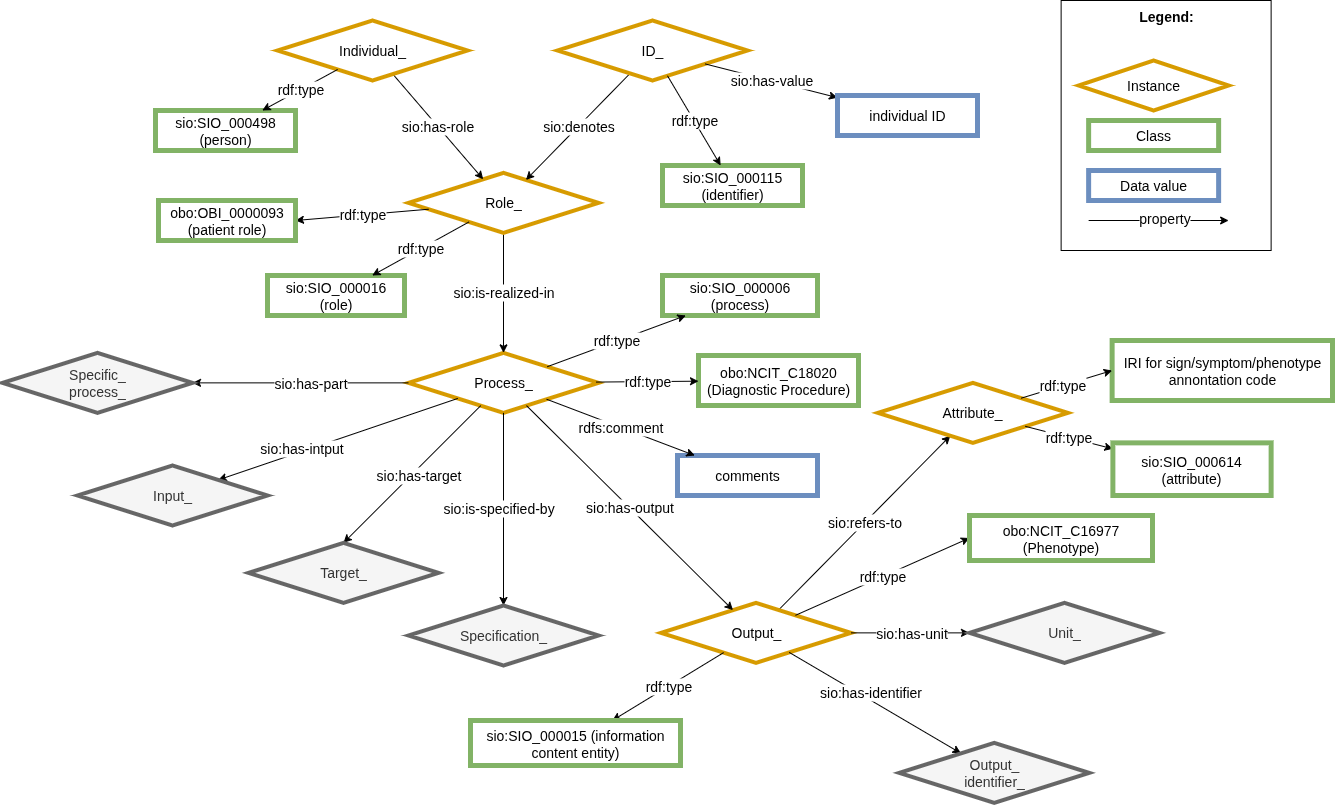
Above: images/CARE-SM-Phenotype.drawio.png in CARE-SM/CARE-Semantic-Model (draw.io), before the change. Source tidied: cells renumbered, new cells last; positions are measured from the earlier drawing's top-left corner, leaving out a move shared by most shapes.
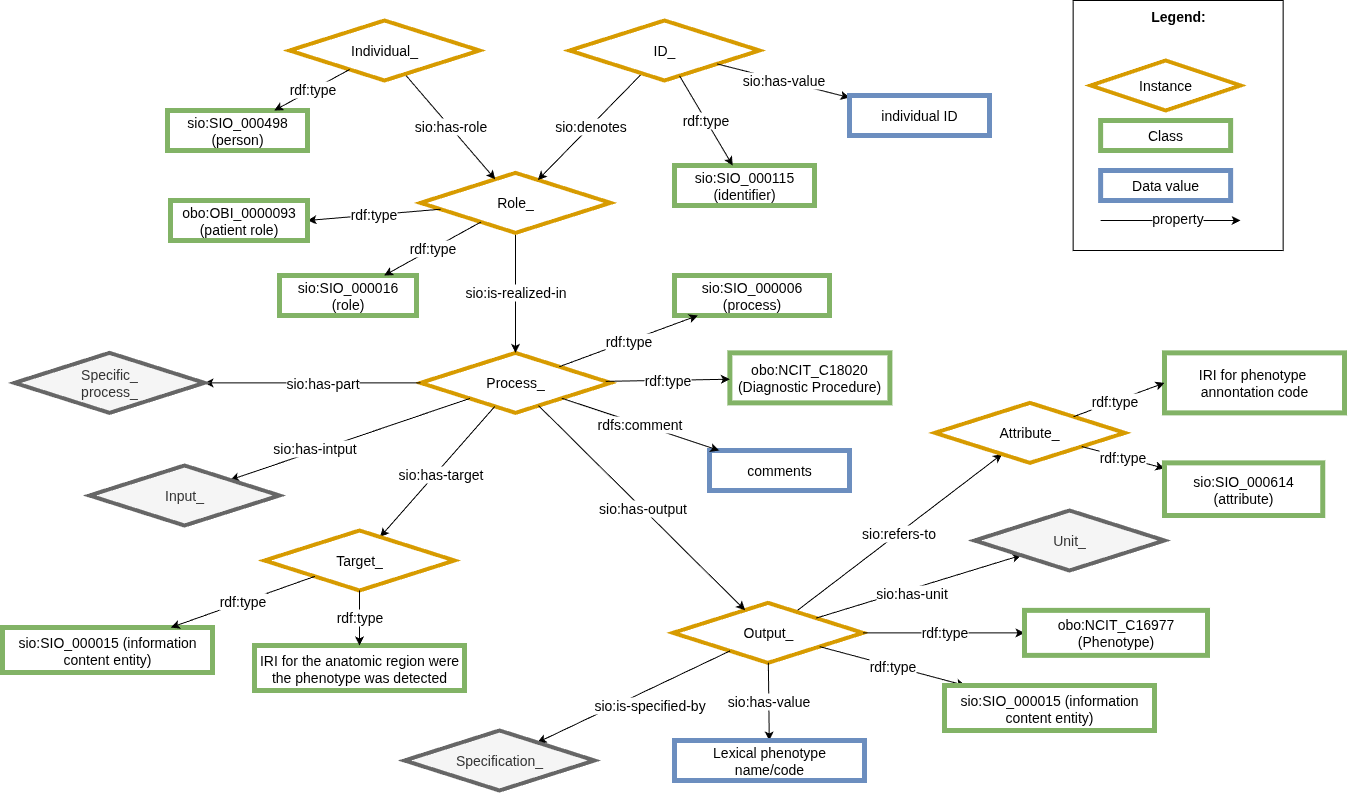
After the commit.

What changed in the source:
```diff
@@ -21,7 +21,7 @@
       <mxGeometry relative="1" as="geometry" />
     </mxCell>
     <mxCell id="8" value="&lt;font style=&quot;font-size: 14px;&quot;&gt;sio:SIO_000015 (information content entity)&lt;/font&gt;" style="whiteSpace=wrap;html=1;fillColor=#FFFFFF;strokeColor=#82b366;strokeWidth=5;fontSize=14;" parent="1" vertex="1">
-      <mxGeometry x="468" y="720" width="210" height="45" as="geometry" />
+      <mxGeometry x="930" y="685" width="210" height="45" as="geometry" />
     </mxCell>
     <mxCell id="9" value="Role_" style="rhombus;whiteSpace=wrap;html=1;fillColor=#FFFFFF;strokeColor=#D79B00;perimeter=rhombusPerimeter;arcSize=20;comic=0;enumerate=0;strokeWidth=4;rounded=0;fontSize=14;" parent="1" vertex="1">
       <mxGeometry x="406" y="172.4" width="190" height="60" as="geometry" />
@@ -39,13 +39,13 @@
       <mxGeometry x="275" y="20" width="190" height="60" as="geometry" />
     </mxCell>
     <mxCell id="14" value="Attribute_" style="rhombus;whiteSpace=wrap;html=1;fillColor=#FFFFFF;strokeColor=#D79B00;perimeter=rhombusPerimeter;arcSize=20;comic=0;enumerate=0;strokeWidth=4;rounded=0;fontSize=14;" parent="1" vertex="1">
-      <mxGeometry x="875.4" y="382.4" width="190" height="60" as="geometry" />
+      <mxGeometry x="920.4" y="402.4" width="190" height="60" as="geometry" />
     </mxCell>
     <mxCell id="15" value="rdf:type" style="edgeStyle=none;rounded=0;jettySize=auto;html=1;fontSize=14;" parent="1" edge="1" source="14" target="16">
       <mxGeometry relative="1" as="geometry" />
     </mxCell>
     <mxCell id="16" value="sio:SIO_000614 (attribute)" style="whiteSpace=wrap;html=1;fillColor=#FFFFFF;strokeColor=#82b366;strokeWidth=5;fontSize=14;" parent="1" vertex="1">
-      <mxGeometry x="1110.4" y="442.4" width="158.2" height="52.6" as="geometry" />
+      <mxGeometry x="1150" y="462.4" width="158.2" height="52.6" as="geometry" />
     </mxCell>
     <mxCell id="17" value="sio:SIO_000016 (role)" style="whiteSpace=wrap;html=1;fillColor=#FFFFFF;strokeColor=#82b366;strokeWidth=5;fontSize=14;" parent="1" vertex="1">
       <mxGeometry x="265" y="275" width="137" height="40" as="geometry" />
@@ -64,7 +64,7 @@
         <mxPoint x="-61" y="18" as="offset" />
       </mxGeometry>
     </mxCell>
-    <mxCell id="22" style="edgeStyle=none;rounded=0;jettySize=auto;html=1;strokeWidth=1;fontSize=14;" parent="1" edge="1" source="4" target="24">
+    <mxCell id="22" style="edgeStyle=none;rounded=0;jettySize=auto;html=1;strokeWidth=1;fontSize=14;" parent="1" edge="1" source="3" target="24">
       <mxGeometry relative="1" as="geometry" />
     </mxCell>
     <mxCell id="23" value="sio:is-specified-by" style="edgeLabel;html=1;align=center;verticalAlign=middle;fontSize=14;" parent="22" vertex="1">
@@ -73,7 +73,7 @@
       </mxGeometry>
     </mxCell>
     <mxCell id="24" value="Specification_" style="rhombus;whiteSpace=wrap;html=1;fillColor=#f5f5f5;strokeColor=#666666;perimeter=rhombusPerimeter;arcSize=20;comic=0;enumerate=0;strokeWidth=4;rounded=0;fontSize=14;fontColor=#333333;" parent="1" vertex="1">
-      <mxGeometry x="406" y="605" width="190" height="60" as="geometry" />
+      <mxGeometry x="390" y="730" width="190" height="60" as="geometry" />
     </mxCell>
     <mxCell id="25" value="Input_" style="rhombus;whiteSpace=wrap;html=1;fillColor=#f5f5f5;strokeColor=#666666;perimeter=rhombusPerimeter;arcSize=20;comic=0;enumerate=0;strokeWidth=4;rounded=0;fontSize=14;fontColor=#333333;" parent="1" vertex="1">
       <mxGeometry x="75" y="465" width="190" height="60" as="geometry" />
@@ -87,7 +87,7 @@
       </mxGeometry>
     </mxCell>
     <mxCell id="28" value="Unit_" style="rhombus;whiteSpace=wrap;html=1;fillColor=#f5f5f5;strokeColor=#666666;perimeter=rhombusPerimeter;arcSize=20;comic=0;enumerate=0;strokeWidth=4;rounded=0;fontSize=14;fontColor=#333333;" parent="1" vertex="1">
-      <mxGeometry x="967" y="602.4" width="190" height="60" as="geometry" />
+      <mxGeometry x="960" y="510" width="190" height="60" as="geometry" />
     </mxCell>
     <mxCell id="29" value="&lt;div style=&quot;text-align: left; font-size: 14px;&quot;&gt;&lt;span style=&quot;background-color: initial; font-size: 14px;&quot;&gt;&lt;b style=&quot;font-size: 14px;&quot;&gt;&lt;font style=&quot;font-size: 14px;&quot;&gt;Legend:&lt;/font&gt;&lt;/b&gt;&lt;/span&gt;&lt;/div&gt;&lt;div style=&quot;text-align: left; font-size: 14px;&quot;&gt;&lt;span style=&quot;background-color: initial; font-size: 14px;&quot;&gt;&lt;br style=&quot;font-size: 14px;&quot;&gt;&lt;/span&gt;&lt;/div&gt;&lt;div style=&quot;text-align: left; font-size: 14px;&quot;&gt;&lt;span style=&quot;background-color: initial; font-size: 14px;&quot;&gt;&lt;br style=&quot;font-size: 14px;&quot;&gt;&lt;/span&gt;&lt;/div&gt;&lt;div style=&quot;text-align: left; font-size: 14px;&quot;&gt;&lt;span style=&quot;background-color: initial; font-size: 14px;&quot;&gt;&lt;br style=&quot;font-size: 14px;&quot;&gt;&lt;/span&gt;&lt;/div&gt;&lt;div style=&quot;text-align: left; font-size: 14px;&quot;&gt;&lt;br style=&quot;font-size: 14px;&quot;&gt;&lt;/div&gt;&lt;div style=&quot;text-align: left; font-size: 14px;&quot;&gt;&lt;br style=&quot;font-size: 14px;&quot;&gt;&lt;/div&gt;&lt;div style=&quot;text-align: left; font-size: 14px;&quot;&gt;&lt;br style=&quot;font-size: 14px;&quot;&gt;&lt;/div&gt;&lt;div style=&quot;text-align: left; font-size: 14px;&quot;&gt;&lt;br style=&quot;font-size: 14px;&quot;&gt;&lt;/div&gt;&lt;div style=&quot;text-align: left; font-size: 14px;&quot;&gt;&lt;br style=&quot;font-size: 14px;&quot;&gt;&lt;/div&gt;&lt;div style=&quot;text-align: left; font-size: 14px;&quot;&gt;&lt;span style=&quot;background-color: initial; font-size: 14px;&quot;&gt;&lt;br style=&quot;font-size: 14px;&quot;&gt;&lt;/span&gt;&lt;/div&gt;&lt;div style=&quot;text-align: left; font-size: 14px;&quot;&gt;&lt;span style=&quot;background-color: initial; font-size: 14px;&quot;&gt;&lt;br style=&quot;font-size: 14px;&quot;&gt;&lt;/span&gt;&lt;/div&gt;&lt;div style=&quot;text-align: left; font-size: 14px;&quot;&gt;&lt;span style=&quot;background-color: initial; font-size: 14px;&quot;&gt;&lt;br style=&quot;font-size: 14px;&quot;&gt;&lt;/span&gt;&lt;/div&gt;&lt;div style=&quot;text-align: left; font-size: 14px;&quot;&gt;&lt;span style=&quot;background-color: initial; font-size: 14px;&quot;&gt;&lt;br style=&quot;font-size: 14px;&quot;&gt;&lt;/span&gt;&lt;/div&gt;&lt;div style=&quot;text-align: left; font-size: 14px;&quot;&gt;&lt;span style=&quot;background-color: initial; font-size: 14px;&quot;&gt;&lt;br style=&quot;font-size: 14px;&quot;&gt;&lt;/span&gt;&lt;/div&gt;" style="rounded=0;whiteSpace=wrap;html=1;fontSize=14;" parent="1" vertex="1">
       <mxGeometry x="1058.6" width="210" height="250" as="geometry" />
@@ -110,7 +110,7 @@
     <mxCell id="34" value="rdf:type" style="edgeStyle=none;rounded=0;jettySize=auto;html=1;fontSize=14;" parent="1" edge="1" source="13" target="19">
       <mxGeometry relative="1" as="geometry" />
     </mxCell>
-    <mxCell id="35" style="edgeStyle=none;rounded=0;jettySize=auto;html=1;entryX=0.5;entryY=0;entryDx=0;entryDy=0;fontSize=14;" parent="1" edge="1" source="4" target="37">
+    <mxCell id="35" style="edgeStyle=none;rounded=0;jettySize=auto;html=1;fontSize=14;" parent="1" edge="1" source="4" target="37">
       <mxGeometry relative="1" as="geometry" />
     </mxCell>
     <mxCell id="36" value="sio:has-target" style="edgeLabel;html=1;align=center;verticalAlign=middle;fontSize=14;" parent="35" vertex="1">
@@ -118,9 +118,6 @@
         <mxPoint x="-8" y="16" as="offset" />
       </mxGeometry>
     </mxCell>
-    <mxCell id="37" value="Target_" style="rhombus;whiteSpace=wrap;html=1;fillColor=#f5f5f5;strokeColor=#666666;perimeter=rhombusPerimeter;arcSize=20;comic=0;enumerate=0;strokeWidth=4;rounded=0;fontSize=14;fontColor=#333333;" parent="1" vertex="1">
-      <mxGeometry x="246" y="542.4" width="190" height="60" as="geometry" />
-    </mxCell>
     <mxCell id="38" value="sio:has-output" style="edgeStyle=none;rounded=0;jettySize=auto;html=1;fontSize=14;" parent="1" edge="1" source="4" target="3">
       <mxGeometry relative="1" as="geometry" />
     </mxCell>
@@ -135,17 +132,6 @@
     <mxCell id="41" value="Specific_&lt;div&gt;process_&lt;/div&gt;" style="rhombus;whiteSpace=wrap;html=1;fillColor=#f5f5f5;strokeColor=#666666;perimeter=rhombusPerimeter;arcSize=20;comic=0;enumerate=0;strokeWidth=4;rounded=0;fontSize=14;fontColor=#333333;" parent="1" vertex="1">
       <mxGeometry y="352.4" width="190" height="60" as="geometry" />
     </mxCell>
-    <mxCell id="42" style="edgeStyle=none;rounded=0;jettySize=auto;html=1;fontSize=14;" parent="1" edge="1" source="3" target="44">
-      <mxGeometry relative="1" as="geometry" />
-    </mxCell>
-    <mxCell id="43" value="sio:has-identifier" style="edgeLabel;html=1;align=center;verticalAlign=middle;fontSize=14;" parent="42" vertex="1">
-      <mxGeometry x="-0.21" y="-1" relative="1" as="geometry">
-        <mxPoint x="13" y="-1" as="offset" />
-      </mxGeometry>
-    </mxCell>
-    <mxCell id="44" value="Output_&lt;div style=&quot;font-size: 14px;&quot;&gt;identifier_&lt;/div&gt;" style="rhombus;whiteSpace=wrap;html=1;fillColor=#f5f5f5;strokeColor=#666666;perimeter=rhombusPerimeter;arcSize=20;comic=0;enumerate=0;strokeWidth=4;rounded=0;fontSize=14;fontColor=#333333;" parent="1" vertex="1">
-      <mxGeometry x="896.8" y="742.4" width="190" height="60" as="geometry" />
-    </mxCell>
     <mxCell id="45" value="rdf:type" style="edgeStyle=none;rounded=0;jettySize=auto;html=1;fontSize=14;" parent="1" edge="1" source="9" target="17">
       <mxGeometry relative="1" as="geometry" />
     </mxCell>
@@ -156,10 +142,10 @@
       <mxGeometry relative="1" as="geometry" />
     </mxCell>
     <mxCell id="48" value="obo:NCIT_C16977&lt;div&gt;(Phenotype)&lt;/div&gt;" style="whiteSpace=wrap;html=1;fillColor=#FFFFFF;strokeColor=#82b366;strokeWidth=5;fontSize=14;" parent="1" vertex="1">
-      <mxGeometry x="967" y="515" width="183" height="45" as="geometry" />
+      <mxGeometry x="1010" y="609.9" width="183" height="45" as="geometry" />
     </mxCell>
-    <mxCell id="49" value="&lt;span style=&quot;background-color: initial;&quot;&gt;&lt;div style=&quot;&quot;&gt;IRI for sign/symptom/phenotype annontation code&lt;/div&gt;&lt;/span&gt;" style="whiteSpace=wrap;html=1;fillColor=#FFFFFF;strokeColor=#82b366;strokeWidth=5;fontSize=14;" parent="1" vertex="1">
-      <mxGeometry x="1109.6" y="340" width="220.4" height="60" as="geometry" />
+    <mxCell id="49" value="&lt;span style=&quot;background-color: initial;&quot;&gt;&lt;div style=&quot;&quot;&gt;IRI for phenotype&amp;nbsp;&lt;/div&gt;&lt;div style=&quot;&quot;&gt;annontation code&lt;/div&gt;&lt;/span&gt;" style="whiteSpace=wrap;html=1;fillColor=#FFFFFF;strokeColor=#82b366;strokeWidth=5;fontSize=14;" parent="1" vertex="1">
+      <mxGeometry x="1150" y="352.4" width="180" height="60" as="geometry" />
     </mxCell>
     <mxCell id="50" value="rdf:type" style="edgeStyle=none;rounded=0;jettySize=auto;html=1;entryX=0;entryY=0.5;entryDx=0;entryDy=0;fontSize=14;" parent="1" edge="1" source="14" target="49">
       <mxGeometry x="-0.09" relative="1" as="geometry" />
@@ -177,13 +163,13 @@
       <mxGeometry x="835" y="95" width="140" height="40" as="geometry" />
     </mxCell>
     <mxCell id="55" value="obo:NCIT_C18020&lt;div&gt;(Diagnostic Procedure)&lt;/div&gt;" style="whiteSpace=wrap;html=1;fillColor=#FFFFFF;strokeColor=#82b366;strokeWidth=5;fontSize=14;" parent="1" vertex="1">
-      <mxGeometry x="696" y="355" width="160" height="50" as="geometry" />
+      <mxGeometry x="715.4" y="352.4" width="160" height="50" as="geometry" />
     </mxCell>
     <mxCell id="56" value="rdf:type" style="edgeStyle=none;rounded=0;jettySize=auto;html=1;fontSize=14;" parent="1" edge="1" source="4" target="55">
       <mxGeometry relative="1" as="geometry" />
     </mxCell>
     <mxCell id="57" value="comments" style="whiteSpace=wrap;html=1;fillColor=#FFFFFF;strokeColor=#6c8ebf;strokeWidth=5;fontSize=14;" parent="1" vertex="1">
-      <mxGeometry x="675" y="455" width="140" height="40" as="geometry" />
+      <mxGeometry x="695" y="450" width="140" height="40" as="geometry" />
     </mxCell>
     <mxCell id="58" value="rdfs:comment" style="rounded=0;jettySize=auto;html=1;fontSize=14;" parent="1" edge="1" source="4" target="57">
       <mxGeometry relative="1" as="geometry" />
@@ -191,5 +177,26 @@
     <mxCell id="59" value="rdf:type" style="edgeStyle=none;rounded=0;jettySize=auto;html=1;fontSize=14;" parent="1" edge="1" source="4" target="6">
       <mxGeometry relative="1" as="geometry" />
     </mxCell>
+    <mxCell id="60" value="sio:has-value" style="rounded=0;jettySize=auto;html=1;fontSize=14;" parent="1" edge="1" source="3" target="61">
+      <mxGeometry relative="1" as="geometry" />
+    </mxCell>
+    <mxCell id="61" value="&lt;font style=&quot;font-size: 14px;&quot;&gt;Lexical phenotype&lt;/font&gt;&lt;div&gt;&lt;font style=&quot;font-size: 14px;&quot;&gt;name/code&lt;/font&gt;&lt;/div&gt;" style="whiteSpace=wrap;html=1;fillColor=#FFFFFF;strokeColor=#6c8ebf;strokeWidth=5;fontSize=14;" parent="1" vertex="1">
+      <mxGeometry x="660" y="740" width="190" height="40" as="geometry" />
+    </mxCell>
+    <mxCell id="37" value="Target_" style="rhombus;whiteSpace=wrap;html=1;fillColor=#FFFFFF;strokeColor=#D79B00;perimeter=rhombusPerimeter;arcSize=20;comic=0;enumerate=0;strokeWidth=4;rounded=0;fontSize=14;" parent="1" vertex="1">
+      <mxGeometry x="250" y="530" width="190" height="60" as="geometry" />
+    </mxCell>
+    <mxCell id="62" value="&lt;font style=&quot;font-size: 14px;&quot;&gt;sio:SIO_000015 (information content entity)&lt;/font&gt;" style="whiteSpace=wrap;html=1;fillColor=#FFFFFF;strokeColor=#82b366;strokeWidth=5;fontSize=14;" parent="1" vertex="1">
+      <mxGeometry x="-12" y="627" width="210" height="45" as="geometry" />
+    </mxCell>
+    <mxCell id="63" value="IRI for the anatomic region were the phenotype was detected" style="whiteSpace=wrap;html=1;fillColor=#FFFFFF;strokeColor=#82b366;strokeWidth=5;fontSize=14;" parent="1" vertex="1">
+      <mxGeometry x="240" y="645" width="210" height="45" as="geometry" />
+    </mxCell>
+    <mxCell id="64" value="rdf:type" style="edgeStyle=none;rounded=0;jettySize=auto;html=1;fontSize=14;" parent="1" edge="1" source="37" target="63">
+      <mxGeometry relative="1" as="geometry" />
+    </mxCell>
+    <mxCell id="65" value="rdf:type" style="edgeStyle=none;rounded=0;jettySize=auto;html=1;fontSize=14;" parent="1" edge="1" source="37" target="62">
+      <mxGeometry relative="1" as="geometry" />
+    </mxCell>
   </root>
 </mxGraphModel>
```
